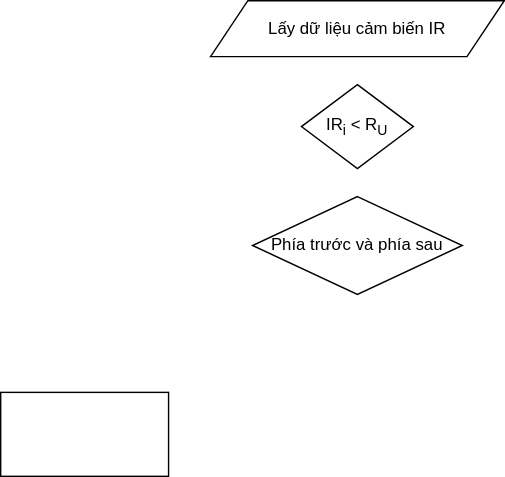
Huyhust13/luanvanCH keeps this draw.io diagram as creator_fig/Urgent_Alg.svg. Above is the earlier version. Source tidied: cells renumbered, new cells last; positions are measured from the earlier drawing's top-left corner, leaving out a move shared by most shapes.
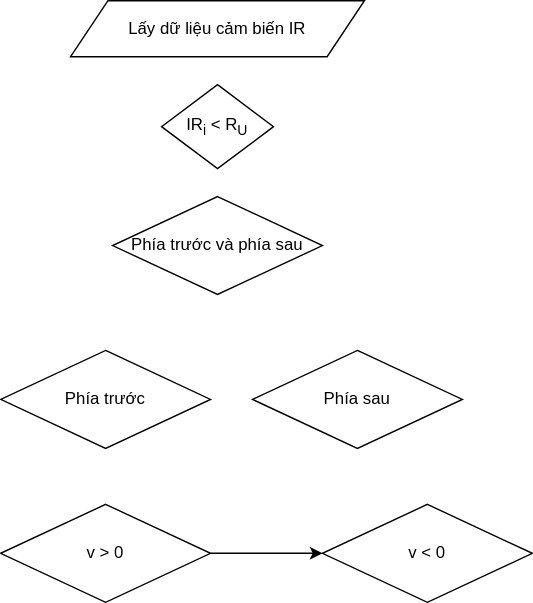
After the commit.

Diff of the diagram source:
```diff
@@ -2,9 +2,6 @@
   <root>
     <mxCell id="0" />
     <mxCell id="1" parent="0" />
-    <mxCell id="2" style="rounded=0;whiteSpace=wrap;html=1;" parent="1" vertex="1">
-      <mxGeometry y="280" width="120" height="60" as="geometry" />
-    </mxCell>
     <mxCell id="3" value="Lấy dữ liệu cảm biến IR" style="shape=parallelogram;perimeter=parallelogramPerimeter;whiteSpace=wrap;html=1;size=0.12698412698412698;" parent="1" vertex="1">
       <mxGeometry x="150" width="210" height="40" as="geometry" />
     </mxCell>
@@ -14,5 +11,20 @@
     <mxCell id="5" value="Phía trước và phía sau" style="rhombus;whiteSpace=wrap;html=1;" parent="1" vertex="1">
       <mxGeometry x="180" y="140" width="150" height="70" as="geometry" />
     </mxCell>
+    <mxCell id="6" value="Phía trước" style="rhombus;whiteSpace=wrap;html=1;" parent="1" vertex="1">
+      <mxGeometry x="100" y="250" width="150" height="70" as="geometry" />
+    </mxCell>
+    <mxCell id="7" value="Phía sau" style="rhombus;whiteSpace=wrap;html=1;" parent="1" vertex="1">
+      <mxGeometry x="280" y="250" width="150" height="70" as="geometry" />
+    </mxCell>
+    <mxCell id="8" style="edgeStyle=orthogonalEdgeStyle;rounded=0;jettySize=auto;html=1;" parent="1" edge="1" source="9" target="10">
+      <mxGeometry relative="1" as="geometry" />
+    </mxCell>
+    <mxCell id="9" value="v &amp;gt; 0" style="rhombus;whiteSpace=wrap;html=1;" parent="1" vertex="1">
+      <mxGeometry x="100" y="360" width="150" height="70" as="geometry" />
+    </mxCell>
+    <mxCell id="10" value="v &amp;lt; 0" style="rhombus;whiteSpace=wrap;html=1;" parent="1" vertex="1">
+      <mxGeometry x="330" y="360" width="150" height="70" as="geometry" />
+    </mxCell>
   </root>
 </mxGraphModel>
```
